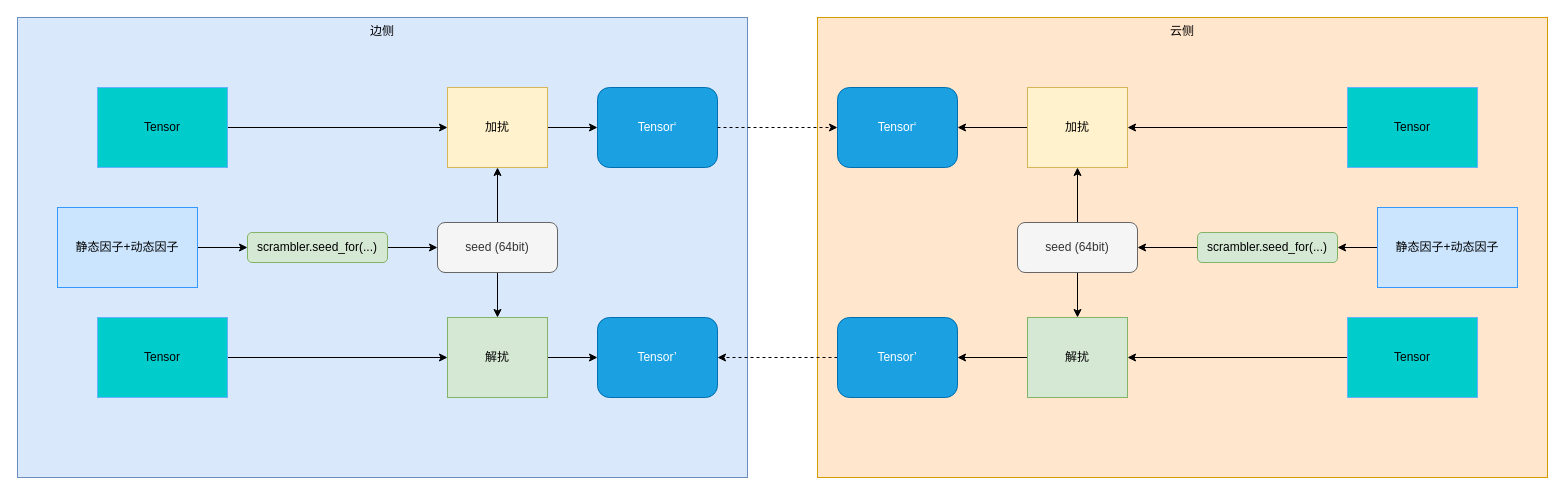
fei-cn-xie/assets keeps this draw.io diagram as vllm-ascend/加扰与解扰.drawio. Above is the earlier version. Source tidied: cells renumbered, new cells numbered last; positions are measured from the earlier drawing's top-left corner, leaving out a move shared by most shapes. Both pictures are drawn from the tidied source at 100%, with x=0, y=0 at pixel (17, 17).
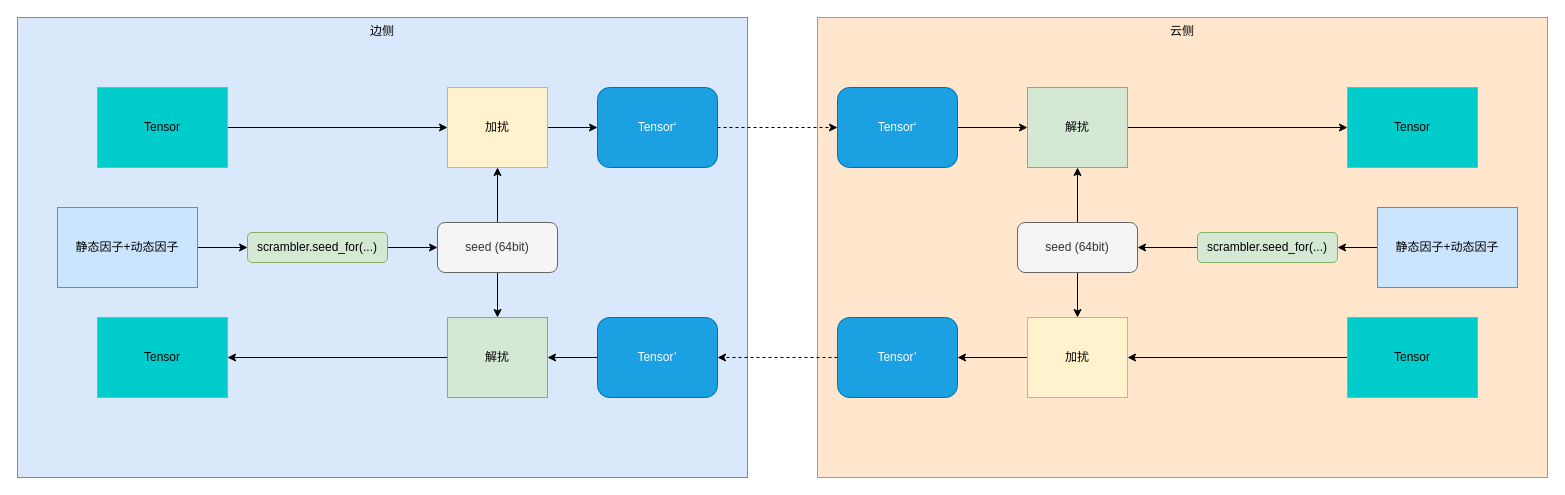
Above is the later version.

The change refers to these unchanged cells:
```xml
<mxCell id="9" value="Tensor" style="rounded=0;whiteSpace=wrap;html=1;fillColor=#00CCCC;strokeColor=#66B2FF;" parent="1" vertex="1">
  <mxGeometry x="80" y="300" width="130" height="80" as="geometry" />
</mxCell>
<mxCell id="11" value="解扰" style="rounded=0;whiteSpace=wrap;html=1;fillColor=#d5e8d4;strokeColor=#82b366;" parent="1" vertex="1">
  <mxGeometry x="430" y="300" width="100" height="80" as="geometry" />
</mxCell>
<mxCell id="12" value="Tensor’" style="rounded=1;whiteSpace=wrap;html=1;fillColor=#1ba1e2;strokeColor=#006EAF;fontColor=#ffffff;" parent="1" vertex="1">
  <mxGeometry x="580" y="300" width="120" height="80" as="geometry" />
</mxCell>
<mxCell id="22" value="Tensor" style="rounded=0;whiteSpace=wrap;html=1;fillColor=#00CCCC;strokeColor=#66B2FF;" parent="1" vertex="1">
  <mxGeometry x="1330" y="70" width="130" height="80" as="geometry" />
</mxCell>
<mxCell id="25" value="Tensor‘" style="rounded=1;whiteSpace=wrap;html=1;fillColor=#1ba1e2;strokeColor=#006EAF;fontColor=#ffffff;" parent="1" vertex="1">
  <mxGeometry x="820" y="70" width="120" height="80" as="geometry" />
</mxCell>
```

The edit, as a diff of the source:
```diff
@@
-    <mxCell id="8" style="edgeStyle=orthogonalEdgeStyle;rounded=0;jettySize=auto;html=1;exitX=1;exitY=0.5;exitDx=0;exitDy=0;entryX=0;entryY=0.5;entryDx=0;entryDy=0;" parent="1" edge="1" source="9" target="11">
-      <mxGeometry relative="1" as="geometry" />
-    </mxCell>
@@
-    <mxCell id="10" style="edgeStyle=orthogonalEdgeStyle;rounded=0;jettySize=auto;html=1;exitX=1;exitY=0.5;exitDx=0;exitDy=0;entryX=0;entryY=0.5;entryDx=0;entryDy=0;" parent="1" edge="1" source="11" target="12">
-      <mxGeometry relative="1" as="geometry" />
-    </mxCell>
+    <mxCell id="40" style="edgeStyle=orthogonalEdgeStyle;rounded=0;jettySize=auto;html=1;exitX=0;exitY=0.5;exitDx=0;exitDy=0;entryX=1;entryY=0.5;entryDx=0;entryDy=0;" parent="1" edge="1" source="11" target="9">
+      <mxGeometry relative="1" as="geometry" />
+    </mxCell>
@@
+    <mxCell id="41" style="edgeStyle=orthogonalEdgeStyle;rounded=0;jettySize=auto;html=1;" parent="1" edge="1" source="12" target="11">
+      <mxGeometry relative="1" as="geometry" />
+    </mxCell>
@@
-    <mxCell id="21" style="edgeStyle=orthogonalEdgeStyle;rounded=0;jettySize=auto;html=1;entryX=1;entryY=0.5;entryDx=0;entryDy=0;" parent="1" edge="1" source="22" target="24">
-      <mxGeometry relative="1" as="geometry" />
-    </mxCell>
@@
-    <mxCell id="23" style="edgeStyle=orthogonalEdgeStyle;rounded=0;jettySize=auto;html=1;exitX=0;exitY=0.5;exitDx=0;exitDy=0;entryX=1;entryY=0.5;entryDx=0;entryDy=0;" parent="1" edge="1" source="24" target="25">
-      <mxGeometry relative="1" as="geometry" />
-    </mxCell>
+    <mxCell id="42" style="edgeStyle=orthogonalEdgeStyle;rounded=0;jettySize=auto;html=1;" parent="1" edge="1" source="24" target="22">
+      <mxGeometry relative="1" as="geometry" />
+    </mxCell>
-    <mxCell id="24" value="加扰" style="rounded=0;whiteSpace=wrap;html=1;fillColor=#fff2cc;strokeColor=#d6b656;" parent="1" vertex="1">
+    <mxCell id="24" value="解扰" style="rounded=0;whiteSpace=wrap;html=1;fillColor=#d5e8d4;strokeColor=#82b366;" parent="1" vertex="1">
       <mxGeometry x="1010" y="70" width="100" height="80" as="geometry" />
     </mxCell>
+    <mxCell id="43" style="edgeStyle=orthogonalEdgeStyle;rounded=0;jettySize=auto;html=1;" parent="1" edge="1" source="25" target="24">
+      <mxGeometry relative="1" as="geometry" />
+    </mxCell>
@@
-    <mxCell id="29" value="解扰" style="rounded=0;whiteSpace=wrap;html=1;fillColor=#d5e8d4;strokeColor=#82b366;" parent="1" vertex="1">
+    <mxCell id="29" value="加扰" style="rounded=0;whiteSpace=wrap;html=1;fillColor=#fff2cc;strokeColor=#d6b656;" parent="1" vertex="1">
       <mxGeometry x="1010" y="300" width="100" height="80" as="geometry" />
     </mxCell>
```
